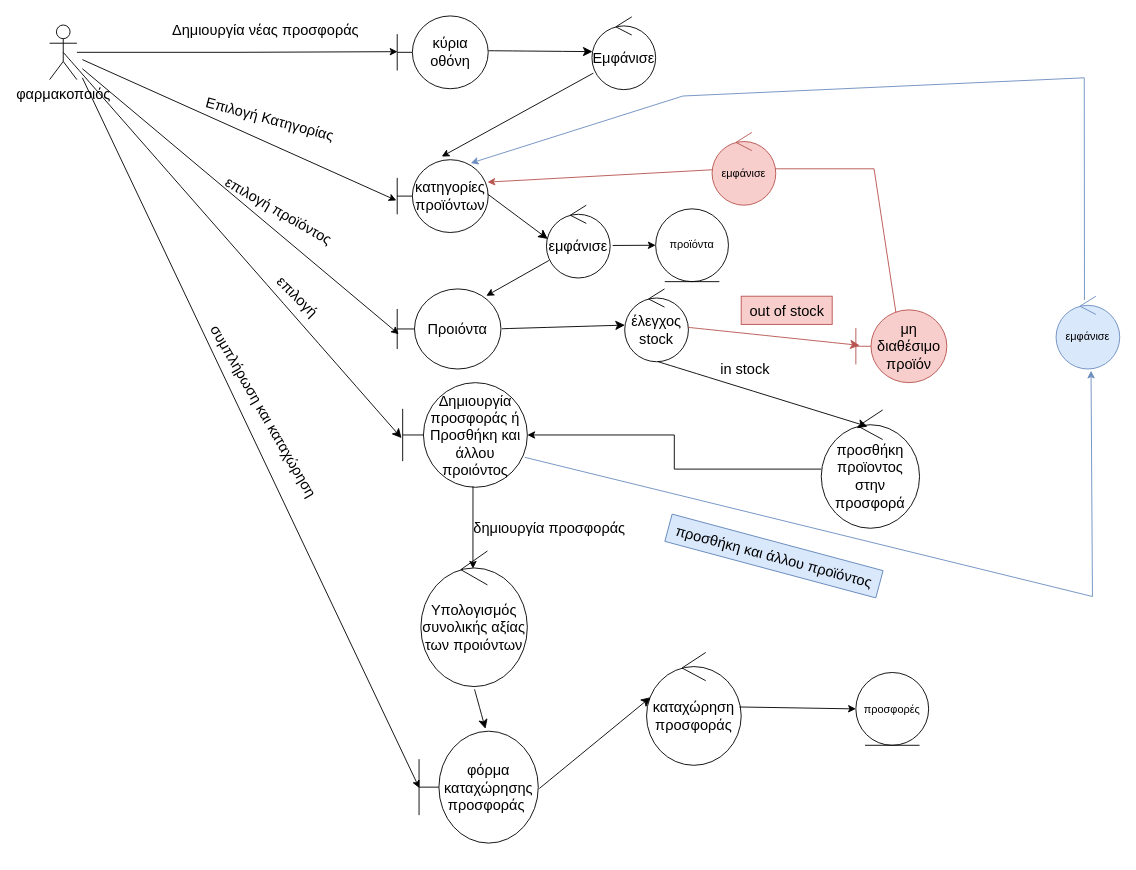
The draw.io diagram Παραδοτέο_4/robustness/use_case_8.drawio in Galenus-Pharmacy/GalenusPharmacies, before the edit. Source tidied: cells renumbered, new cells numbered last; positions are measured from the earlier drawing's top-left corner, leaving out a move shared by most shapes. Both pictures are drawn from the tidied source at 91%, with x=0, y=0 at pixel (49, 15).
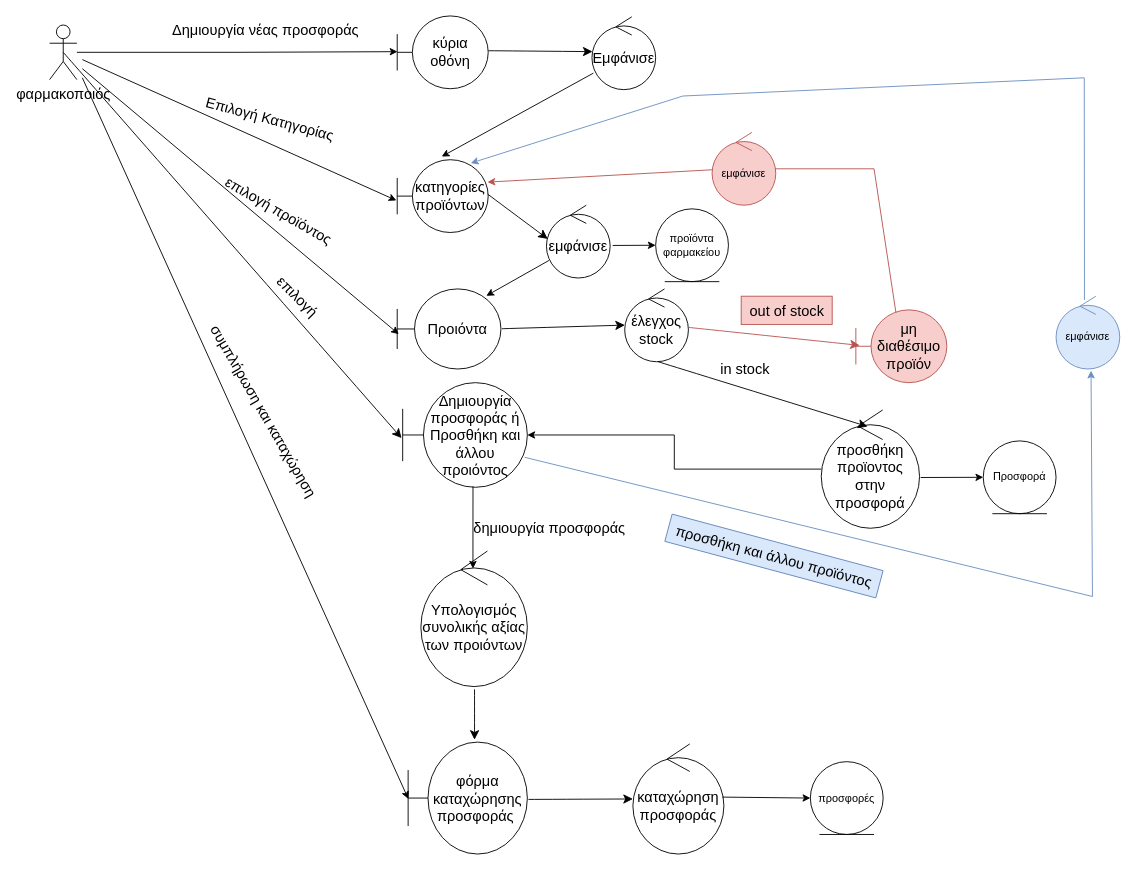
Above is the later version.

The change refers to these unchanged cells:
```xml
<mxCell id="18" value="προσθήκη προϊοντος στην προσφορά" style="ellipse;shape=umlControl;whiteSpace=wrap;html=1;fontSize=16;" parent="1" vertex="1">
  <mxGeometry x="848" y="433" width="108" height="130" as="geometry" />
</mxCell>
```

The edit, as a diff of the source:
```diff
@@
     <mxCell id="25" value="φόρμα καταχώρησης προσφοράς&amp;nbsp;" style="shape=umlBoundary;whiteSpace=wrap;html=1;fontSize=16;" parent="1" vertex="1">
-      <mxGeometry x="406" y="786" width="131" height="123" as="geometry" />
+      <mxGeometry x="394" y="798" width="131" height="123" as="geometry" />
     </mxCell>
@@
     <mxCell id="27" value="καταχώρηση προσφοράς" style="ellipse;shape=umlControl;whiteSpace=wrap;html=1;fontSize=16;" parent="1" vertex="1">
-      <mxGeometry x="656" y="699.5" width="104" height="124" as="geometry" />
+      <mxGeometry x="641" y="800" width="100" height="121" as="geometry" />
     </mxCell>
@@
-    <mxCell id="29" style="endArrow=classic;html=1;rounded=0;fontSize=12;startSize=8;endSize=8;curved=1;exitX=1.009;exitY=0.512;exitDx=0;exitDy=0;exitPerimeter=0;entryX=0.042;entryY=0.397;entryDx=0;entryDy=0;entryPerimeter=0;" parent="1" edge="1" source="25" target="27">
+    <mxCell id="29" style="endArrow=classic;html=1;rounded=0;fontSize=12;startSize=8;endSize=8;curved=1;exitX=1.009;exitY=0.512;exitDx=0;exitDy=0;exitPerimeter=0;" parent="1" edge="1" source="25" target="27">
       <mxGeometry relative="1" as="geometry" />
     </mxCell>
@@
     <mxCell id="42" value="προσφορές" style="ellipse;shape=umlEntity;whiteSpace=wrap;html=1;" parent="1" vertex="1">
-      <mxGeometry x="886" y="721.5" width="80" height="80" as="geometry" />
+      <mxGeometry x="836" y="819.5" width="80" height="80" as="geometry" />
     </mxCell>
@@
-    <mxCell id="44" value="προϊόντα" style="ellipse;shape=umlEntity;whiteSpace=wrap;html=1;" parent="1" vertex="1">
+    <mxCell id="44" value="προϊόντα&lt;br&gt;φαρμακείου" style="ellipse;shape=umlEntity;whiteSpace=wrap;html=1;" parent="1" vertex="1">
       <mxGeometry x="666" y="212" width="80" height="80" as="geometry" />
     </mxCell>
@@
+    <mxCell id="50" value="Προσφορά" style="ellipse;shape=umlEntity;whiteSpace=wrap;html=1;" parent="1" vertex="1">
+      <mxGeometry x="1026" y="467" width="80" height="80" as="geometry" />
+    </mxCell>
+    <mxCell id="51" style="endArrow=classic;html=1;rounded=0;entryX=0;entryY=0.5;entryDx=0;entryDy=0;exitX=1.011;exitY=0.571;exitDx=0;exitDy=0;exitPerimeter=0;" parent="1" edge="1" source="18" target="50">
+      <mxGeometry relative="1" as="geometry" />
+    </mxCell>
```
